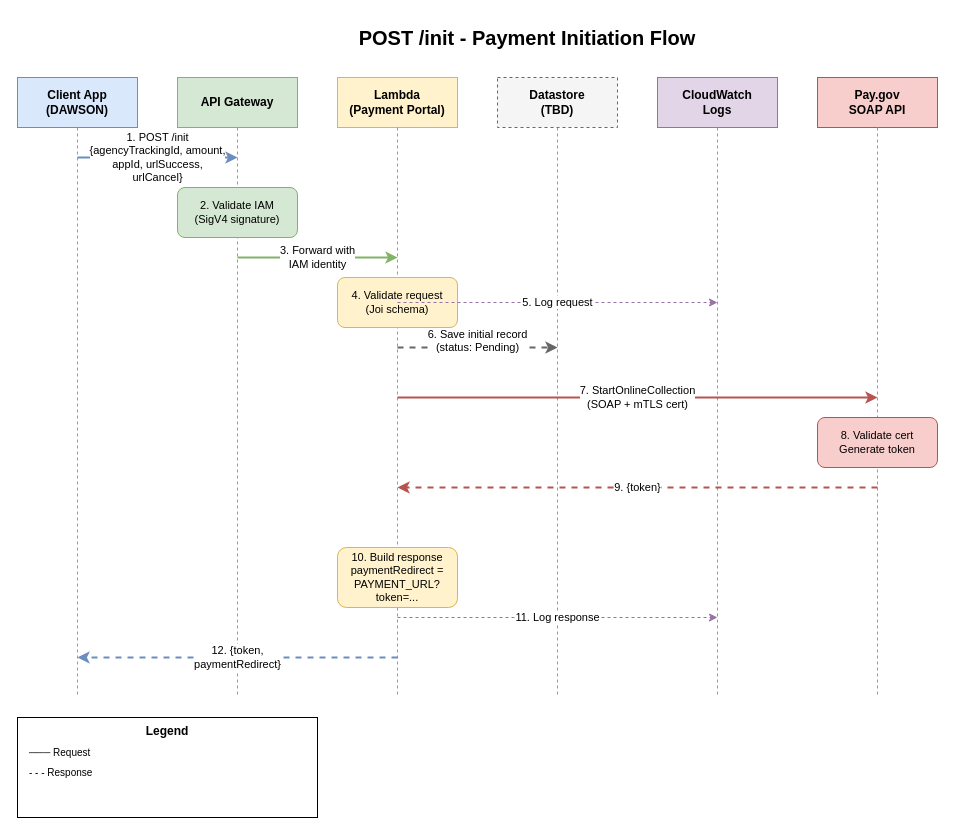
Above: docs/diagrams/init-payment-flow.drawio in ustaxcourt/ustc-payment-portal (draw.io), before the change. Source tidied: cells renumbered, new cells numbered last; positions are measured from the earlier drawing's top-left corner, leaving out a move shared by most shapes. Both pictures are drawn from the tidied source at 100%, with x=0, y=0 at pixel (17, 17).
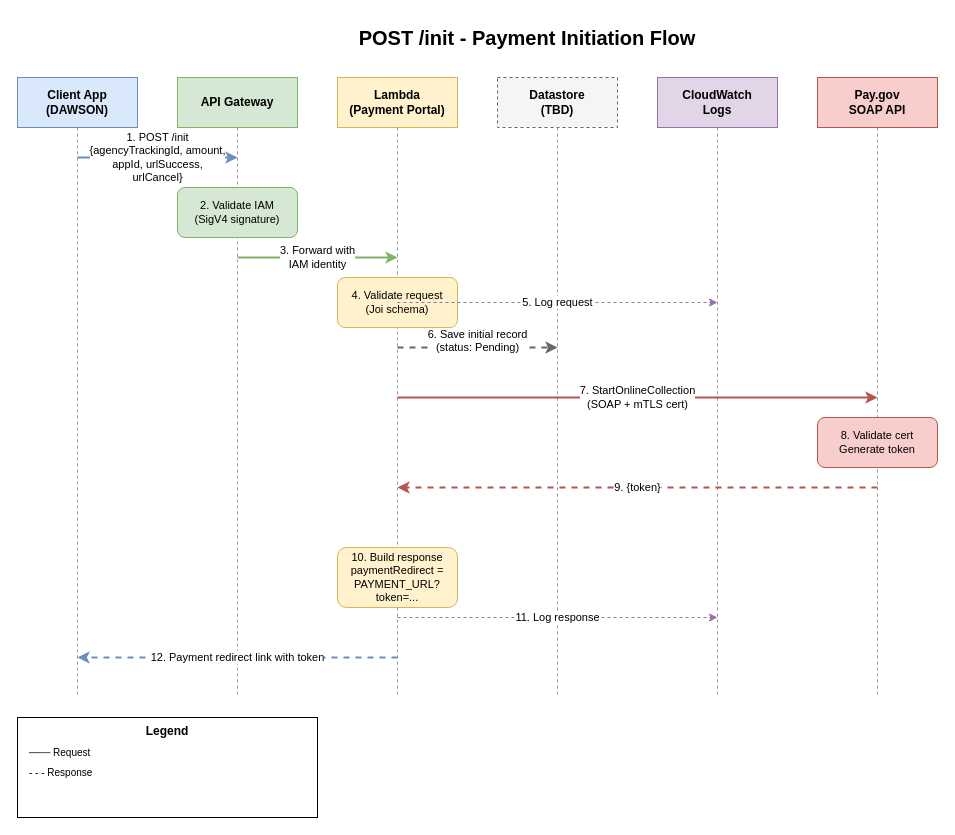
The same page after the edit.

Commit message (it also covers changes not shown here):
Updates init payment

The edit, as a diff of the source:
```diff
@@
-    <mxCell id="26" value="12. {token,&lt;br&gt;paymentRedirect}" style="edgeStyle=orthogonalEdgeStyle;rounded=0;orthogonalLoop=1;jettySize=auto;html=1;strokeWidth=2;dashed=1;strokeColor=#6c8ebf;" parent="1" edge="1">
+    <mxCell id="26" value="12. Payment redirect link with token" style="edgeStyle=orthogonalEdgeStyle;rounded=0;orthogonalLoop=1;jettySize=auto;html=1;strokeWidth=2;dashed=1;strokeColor=#6c8ebf;" parent="1" edge="1">
       <mxGeometry relative="1" as="geometry">
         <mxPoint x="380" y="640" as="sourcePoint" />
         <mxPoint x="60" y="640" as="targetPoint" />
       </mxGeometry>
     </mxCell>
```
